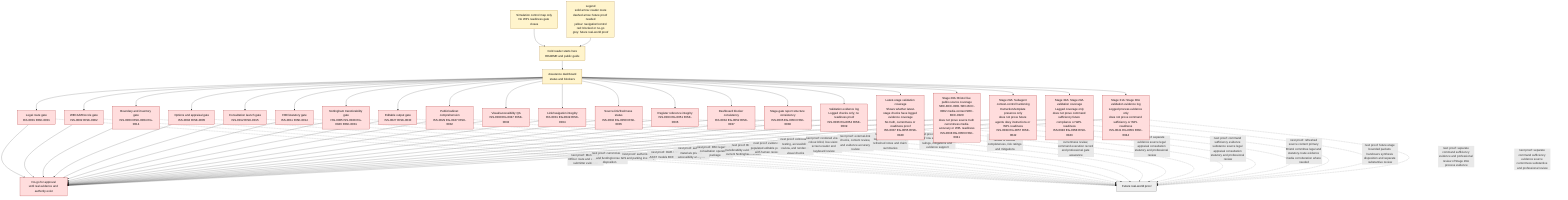
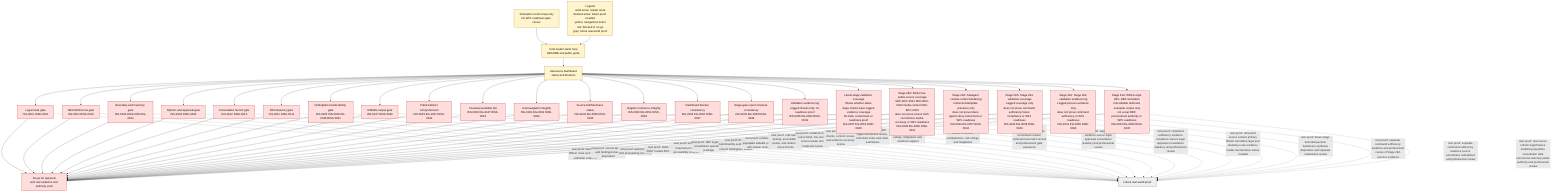
flowchart TD
    Caption["Simulation control map only<br/>No WPL readiness gate closes"]
    Legend["Legend<br/>solid arrow: reader route<br/>dashed arrow: future proof needed<br/>yellow: navigation/control<br/>red: blocked or no-go<br/>grey: future real-world proof"]
    Caption --> Start
    Legend --> Start
    Start["Cold reader starts here<br/>README and public guide"] --> Dash["Assurance dashboard<br/>status and blockers"]
    Dash --> Legal["Legal route gate<br/>ISS-0001 RISK-0001"]
    Dash --> WECA["WECA/MCA role gate<br/>ISS-0002 RISK-0002"]
    Dash --> Spatial["Boundary and inventory gate<br/>ISS-0003 RISK-0004 EG-0014"]
    Dash --> Appraisal["Options and appraisal gate<br/>ISS-0004 RISK-0005"]
    Dash --> Consult["Consultation launch gate<br/>ISS-0012 RISK-0015"]
    Dash --> FBC["FBC/statutory gate<br/>ISS-0011 RISK-0014"]
    Dash --> Nottingham["Nottingham transferability gate<br/>ISS-0005 ISS-0028 EG-0046 RISK-0031"]
    Dash --> Authoring["Editable output gate<br/>ISS-0027 RISK-0030"]
    Dash --> Comprehension["Public/cabinet comprehension<br/>ISS-0029 EG-0047 RISK-0032"]
    Dash --> VisualQA["Visual/accessibility QA<br/>ISS-0030 EG-0047 RISK-0033"]
    Dash --> NavigationQA["Link/navigation integrity<br/>ISS-0031 EG-0049 RISK-0034"]
    Dash --> SourceFreshness["Source-link/freshness status<br/>ISS-0032 EG-0050 RISK-0035"]
    Dash --> RegisterIntegrity["Register reference integrity<br/>ISS-0033 EG-0051 RISK-0036"]
    Dash --> DashboardConsistency["Dashboard blocker consistency<br/>ISS-0034 EG-0052 RISK-0037"]
    Dash --> GateReportQA["Stage-gate report structure consistency<br/>ISS-0035 EG-0053 RISK-0038"]
    Dash --> ValidationEvidence["Validation evidence log<br/>Logged checks only; no readiness proof<br/>ISS-0036 EG-0054 RISK-0039"]
    Dash --> ValidationCoverage["Latest-stage validation coverage<br/>Shows whether latest-stage checks have logged evidence coverage<br/>No truth, currentness or readiness proof<br/>ISS-0037 EG-0055 RISK-0040"]
    Dash --> BristolPublicSources["Stage 28A: Bristol live public-source coverage<br/>SRC-BCC-0001 SRC-BCC-0002 media context SRC-BCC-0020<br/>does not prove source truth currentness media accuracy or WPL readiness<br/>ISS-0038 EG-0056 RISK-0041"]
    Dash --> SubagentContextControl["Stage 29A: Subagent context-control hardening<br/>Instruction/template presence only<br/>does not prove future agents obey instructions or WPL readiness<br/>ISS-0039 EG-0057 RISK-0042"]
    Dash --> Stage29ValidationCoverage["Stage 30A: Stage 29A validation coverage<br/>Lagged coverage only<br/>does not prove command sufficiency future compliance or WPL readiness<br/>ISS-0040 EG-0058 RISK-0043"]
    Dash --> Stage30ValidationLog["Stage 31A: Stage 30A validation evidence log<br/>Logged process evidence only<br/>does not prove command sufficiency or WPL readiness<br/>ISS-0041 EG-0059 RISK-0044"]
+     Dash --> Stage32AObcSimulation["Stage 32A: WECA-style WPL OBC simulation<br/>Full editable draft and exemplar corpus only<br/>not a real OBC procurement authority or WPL readiness<br/>ISS-0042 EG-0060 RISK-0045"]

    Legal --> NoGo["No-go for approval<br/>until real evidence and authority exist"]
    WECA --> NoGo
    Spatial --> NoGo
    Appraisal --> NoGo
    Consult --> NoGo
    FBC --> NoGo
    Nottingham --> NoGo
    Authoring --> NoGo
    Comprehension --> NoGo
    VisualQA --> NoGo
    NavigationQA --> NoGo
    SourceFreshness --> NoGo
    RegisterIntegrity --> NoGo
    DashboardConsistency --> NoGo
    GateReportQA --> NoGo
    ValidationEvidence --> NoGo
    ValidationCoverage --> NoGo
    BristolPublicSources --> NoGo
    SubagentContextControl --> NoGo
    Stage29ValidationCoverage --> NoGo
    Stage30ValidationLog --> NoGo
+     Stage32AObcSimulation --> NoGo

    Legal -. "next proof: Monitoring Officer route and statutory submitter evidence" .-> Proof["Future real-world proof"]
    WECA -. "next proof: current-law role and funding/consent disposition" .-> Proof
    Spatial -. "next proof: authoritative GIS and parking inventory" .-> Proof
    Appraisal -. "next proof: OAR ASR ASST models BCR VFM" .-> Proof
    Consult -. "next proof: authority materials privacy accessibility analysis" .-> Proof
    FBC -. "next proof: FBC legal S151 consultation operations package" .-> Proof
    Nottingham -. "next proof: Bristol transferability evidence and current Nottingham refresh" .-> Proof
    Authoring -. "next proof: evidence-populated editable packs with human review" .-> Proof
    Comprehension -. "next proof: cold-reader testing, accessibility review, and rendered-visual checks" .-> Proof
    VisualQA -. "next proof: rendered visual, colour-blind, low-vision, screen-reader and keyboard review" .-> Proof
    NavigationQA -. "next proof: external-link checks, content review, and evidence accuracy review" .-> Proof
    SourceFreshness -. "next proof: content diff, legal-currentness review, refreshed notes and claim summaries" .-> Proof
    RegisterIntegrity -. "next proof: human review of row substance, risk ratings, mitigations and evidence support" .-> Proof
    DashboardConsistency -. "next proof: full register review of blocker completeness, risk ratings and mitigations" .-> Proof
    GateReportQA -. "next proof: evidence substance review, source currentness review, command execution record and professional gate assurance" .-> Proof
    ValidationEvidence -. "next proof: separate evidence source legal appraisal consultation statutory and professional review" .-> Proof
    ValidationCoverage -. "next proof: command sufficiency evidence substance source legal appraisal consultation statutory and professional review" .-> Proof
    BristolPublicSources -. "next proof: refreshed source content primary Bristol committee legal and statutory-route evidence media corroboration where needed" .-> Proof
    SubagentContextControl -. "next proof: future-stage bounded packets handovers synthesis disposition and separate substantive review" .-> Proof
    Stage29ValidationCoverage -. "next proof: separate command sufficiency evidence and professional review of Stage 29A process evidence" .-> Proof
    Stage30ValidationLog -. "next proof: separate command sufficiency evidence source currentness substantive and professional review" .-> Proof
+     Stage32AObcSimulation -. "next proof: real source refresh legal finance modelling equalities consultation data commercial statutory public-authority and professional review" .-> Proof

    classDef start fill:#ddf4ff,stroke:#005f99,color:#111111;
    classDef blocked fill:#ffdddd,stroke:#990000,color:#111111;
    classDef guide fill:#fff4cc,stroke:#996600,color:#111111;
    classDef future fill:#eeeeee,stroke:#555555,color:#111111;

    class Start,Dash,Caption,Legend guide;
-     class Legal,WECA,Spatial,Appraisal,Consult,FBC,Nottingham,Authoring,Comprehension,VisualQA,NavigationQA,SourceFreshness,RegisterIntegrity,DashboardConsistency,GateReportQA,ValidationEvidence,ValidationCoverage,BristolPublicSources,SubagentContextControl,Stage29ValidationCoverage,Stage30ValidationLog,NoGo blocked;
+     class Legal,WECA,Spatial,Appraisal,Consult,FBC,Nottingham,Authoring,Comprehension,VisualQA,NavigationQA,SourceFreshness,RegisterIntegrity,DashboardConsistency,GateReportQA,ValidationEvidence,ValidationCoverage,BristolPublicSources,SubagentContextControl,Stage29ValidationCoverage,Stage30ValidationLog,Stage32AObcSimulation,NoGo blocked;
    class Proof future;
